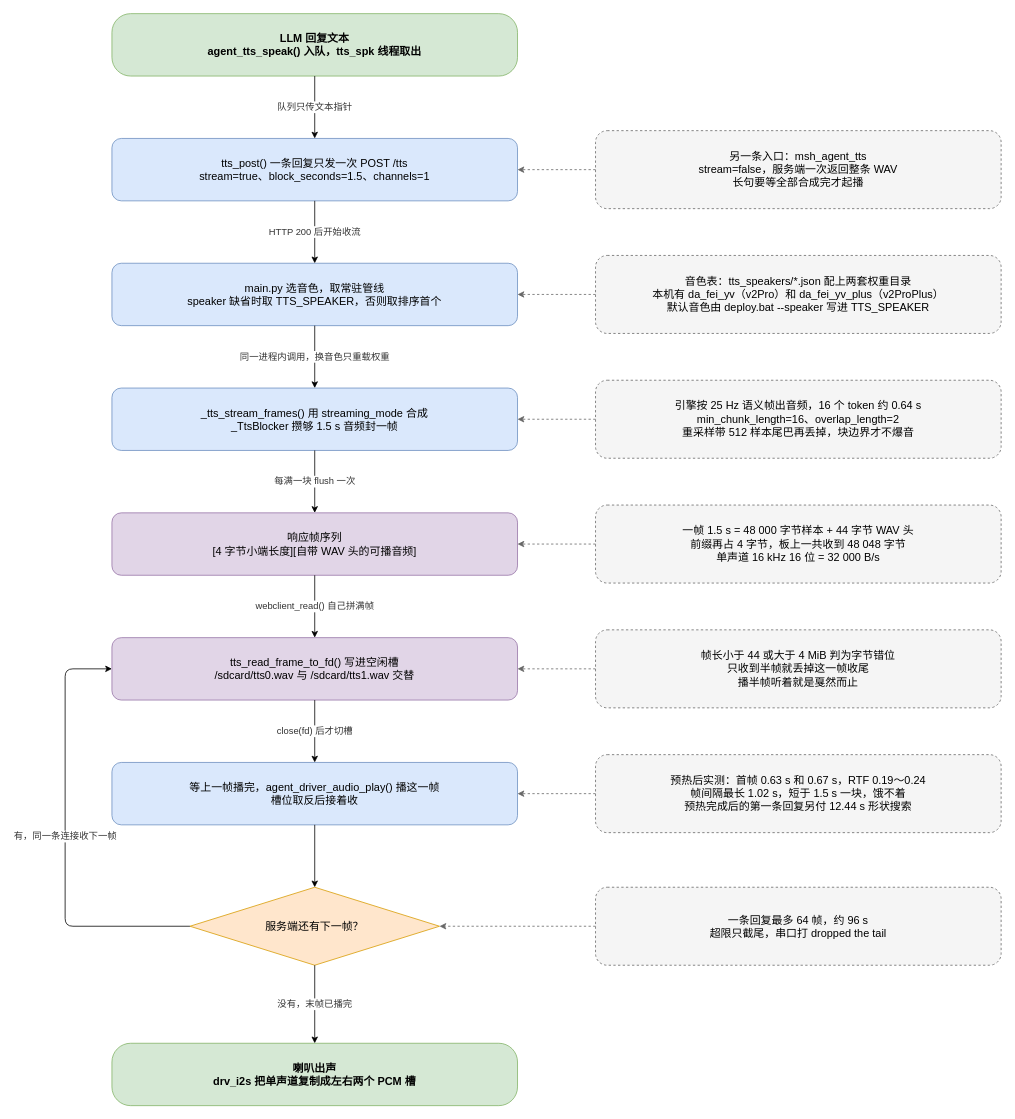
CXSforHPU/Agent keeps this draw.io diagram as diagrams/tts-runtime-flow.drawio. Above is the earlier version. Source tidied: cells renumbered, new cells numbered last; positions are measured from the earlier drawing's top-left corner, leaving out a move shared by most shapes. Both pictures are drawn from the tidied source at 78%, with x=0, y=0 at pixel (65, 13).
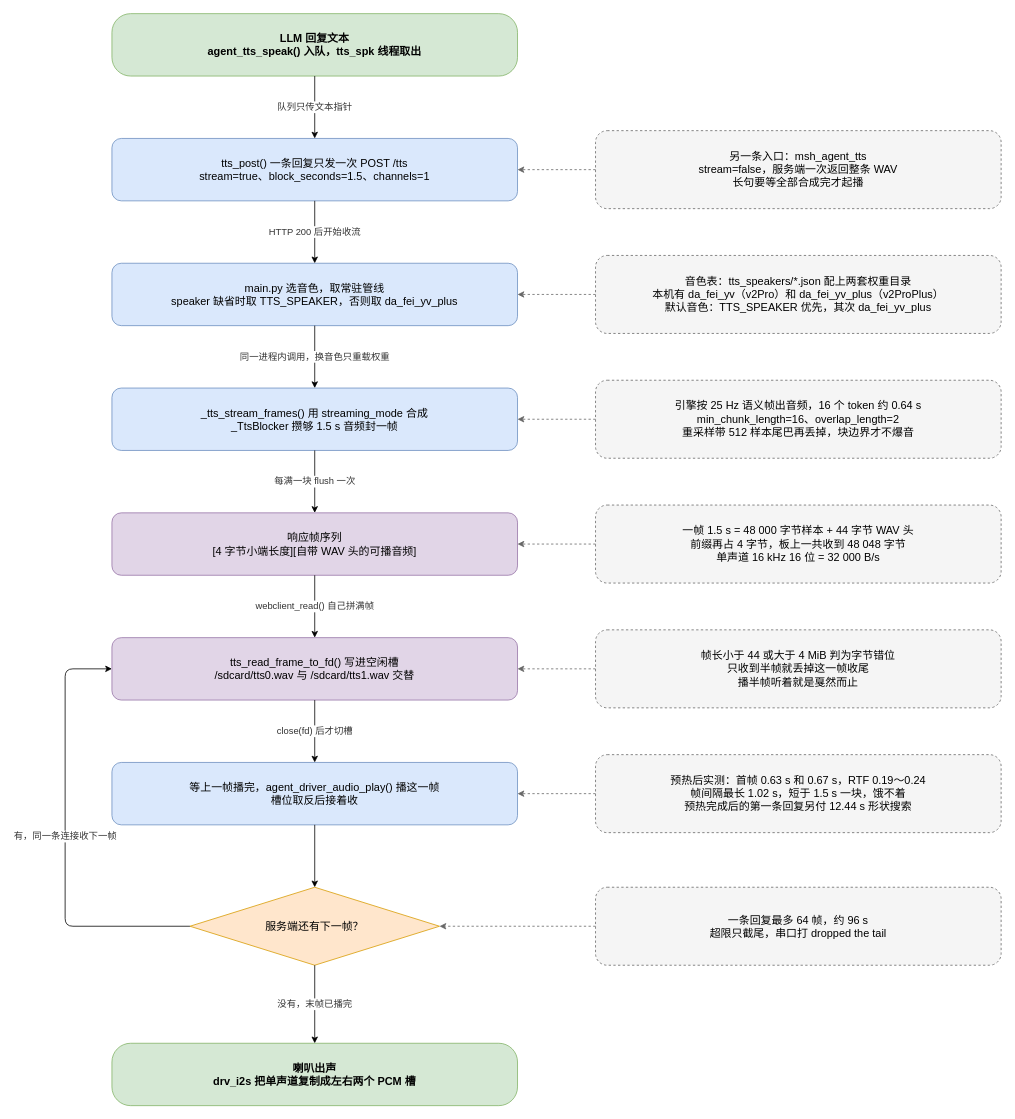
The same diagram, later.

What changed in the source:
```diff
@@
-    <mxCell id="4" value="main.py 选音色，取常驻管线&#10;speaker 缺省时取 TTS_SPEAKER，否则取排序首个" style="rounded=1;whiteSpace=wrap;html=1;fillColor=#dae8fc;strokeColor=#6c8ebf;fontSize=14;" parent="1" vertex="1">
+    <mxCell id="4" value="main.py 选音色，取常驻管线&#10;speaker 缺省时取 TTS_SPEAKER，否则取 da_fei_yv_plus" style="rounded=1;whiteSpace=wrap;html=1;fillColor=#dae8fc;strokeColor=#6c8ebf;fontSize=14;" parent="1" vertex="1">
       <mxGeometry x="60" y="320" width="520" height="80" as="geometry" />
     </mxCell>
@@
-    <mxCell id="12" value="音色表：tts_speakers/*.json 配上两套权重目录&#10;本机有 da_fei_yv（v2Pro）和 da_fei_yv_plus（v2ProPlus）&#10;默认音色由 deploy.bat --speaker 写进 TTS_SPEAKER" style="rounded=1;whiteSpace=wrap;html=1;fillColor=#f5f5f5;strokeColor=#666666;fontSize=14;dashed=1;" parent="1" vertex="1">
+    <mxCell id="12" value="音色表：tts_speakers/*.json 配上两套权重目录&#10;本机有 da_fei_yv（v2Pro）和 da_fei_yv_plus（v2ProPlus）&#10;默认音色：TTS_SPEAKER 优先，其次 da_fei_yv_plus" style="rounded=1;whiteSpace=wrap;html=1;fillColor=#f5f5f5;strokeColor=#666666;fontSize=14;dashed=1;" parent="1" vertex="1">
       <mxGeometry x="680" y="310" width="520" height="100" as="geometry" />
     </mxCell>
```
